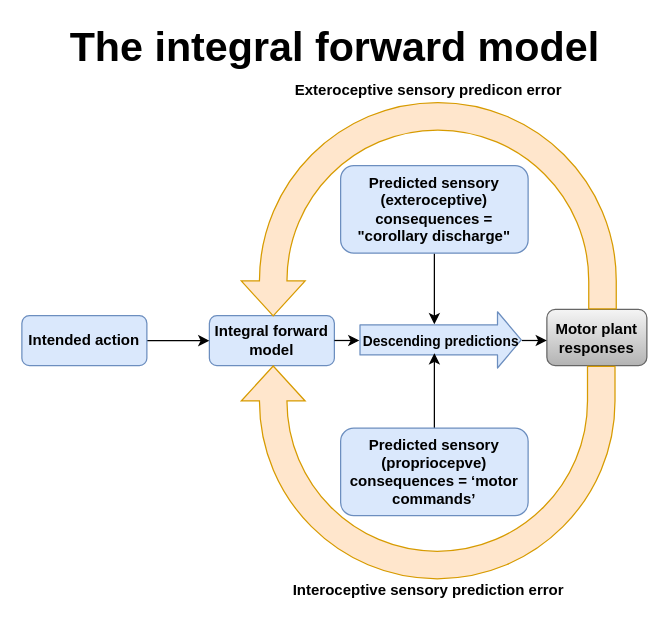
Above: Untitled Diagram.drawio in nalgi/Draw.io (draw.io), before the change. Source tidied: cells renumbered, new cells numbered last; positions are measured from the earlier drawing's top-left corner, leaving out a move shared by most shapes. Both pictures are drawn from the tidied source at 125%, with x=0, y=0 at pixel (21, 18).
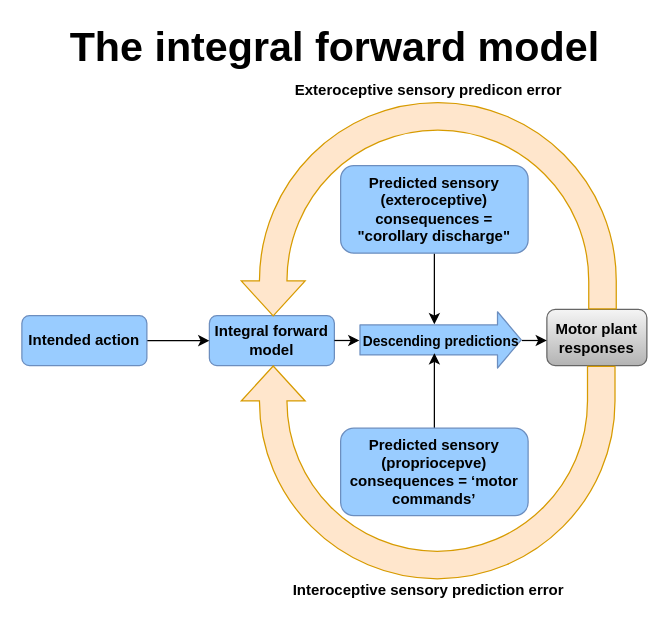
After the change.

What changed in the source:
```diff
@@
-    <mxCell id="2" value="&lt;b&gt;Integral forward model&lt;/b&gt;" style="rounded=1;whiteSpace=wrap;html=1;fillColor=#dae8fc;strokeColor=#6c8ebf;" parent="1" vertex="1">
+    <mxCell id="2" value="&lt;b&gt;Integral forward model&lt;/b&gt;" style="rounded=1;whiteSpace=wrap;html=1;fillColor=#99CCFF;strokeColor=#6C8EBF;" parent="1" vertex="1">
       <mxGeometry x="150" y="238" width="100" height="40" as="geometry" />
     </mxCell>
-    <mxCell id="3" style="shape=flexArrow;endArrow=classic;html=1;fillColor=#dae8fc;strokeColor=#6c8ebf;endSize=6;width=24;" parent="1" edge="1">
+    <mxCell id="3" style="shape=flexArrow;endArrow=classic;html=1;endSize=6;width=24;fillColor=#99CCFF;strokeColor=#6C8EBF;" parent="1" edge="1">
       <mxGeometry relative="1" as="geometry">
         <mxPoint x="270" y="257.4" as="sourcePoint" />
         <mxPoint x="400" y="257.4" as="targetPoint" />
       </mxGeometry>
     </mxCell>
@@
-    <mxCell id="9" value="&lt;b&gt;Intended action&lt;/b&gt;" style="rounded=1;whiteSpace=wrap;html=1;fillColor=#dae8fc;strokeColor=#6c8ebf;" parent="1" vertex="1">
+    <mxCell id="9" value="&lt;b&gt;Intended action&lt;/b&gt;" style="rounded=1;whiteSpace=wrap;html=1;fillColor=#99CCFF;strokeColor=#6C8EBF;" parent="1" vertex="1">
       <mxGeometry y="238" width="100" height="40" as="geometry" />
     </mxCell>
@@
-    <mxCell id="14" value="&lt;b&gt;Predicted sensory (exteroceptive)&lt;br&gt;consequences = &quot;corollary discharge&quot;&lt;/b&gt;" style="rounded=1;whiteSpace=wrap;html=1;fillColor=#dae8fc;strokeColor=#6c8ebf;" parent="1" vertex="1">
+    <mxCell id="14" value="&lt;b&gt;Predicted sensory (exteroceptive)&lt;br&gt;consequences = &quot;corollary discharge&quot;&lt;/b&gt;" style="rounded=1;whiteSpace=wrap;html=1;fillColor=#99CCFF;strokeColor=#6C8EBF;" parent="1" vertex="1">
       <mxGeometry x="255" y="118" width="150" height="70" as="geometry" />
     </mxCell>
@@
-    <mxCell id="16" value="&lt;b&gt;&lt;span&gt;Predicted sensory (propriocepve)&lt;/span&gt;&lt;br&gt;&lt;span&gt;consequences = ‘motor commands’&lt;/span&gt;&lt;/b&gt;" style="rounded=1;whiteSpace=wrap;html=1;fillColor=#dae8fc;strokeColor=#6c8ebf;" parent="1" vertex="1">
+    <mxCell id="16" value="&lt;b&gt;&lt;span&gt;Predicted sensory (propriocepve)&lt;/span&gt;&lt;br&gt;&lt;span&gt;consequences = ‘motor commands’&lt;/span&gt;&lt;/b&gt;" style="rounded=1;whiteSpace=wrap;html=1;fillColor=#99CCFF;strokeColor=#6C8EBF;" parent="1" vertex="1">
       <mxGeometry x="255" y="328" width="150" height="70" as="geometry" />
     </mxCell>
```
